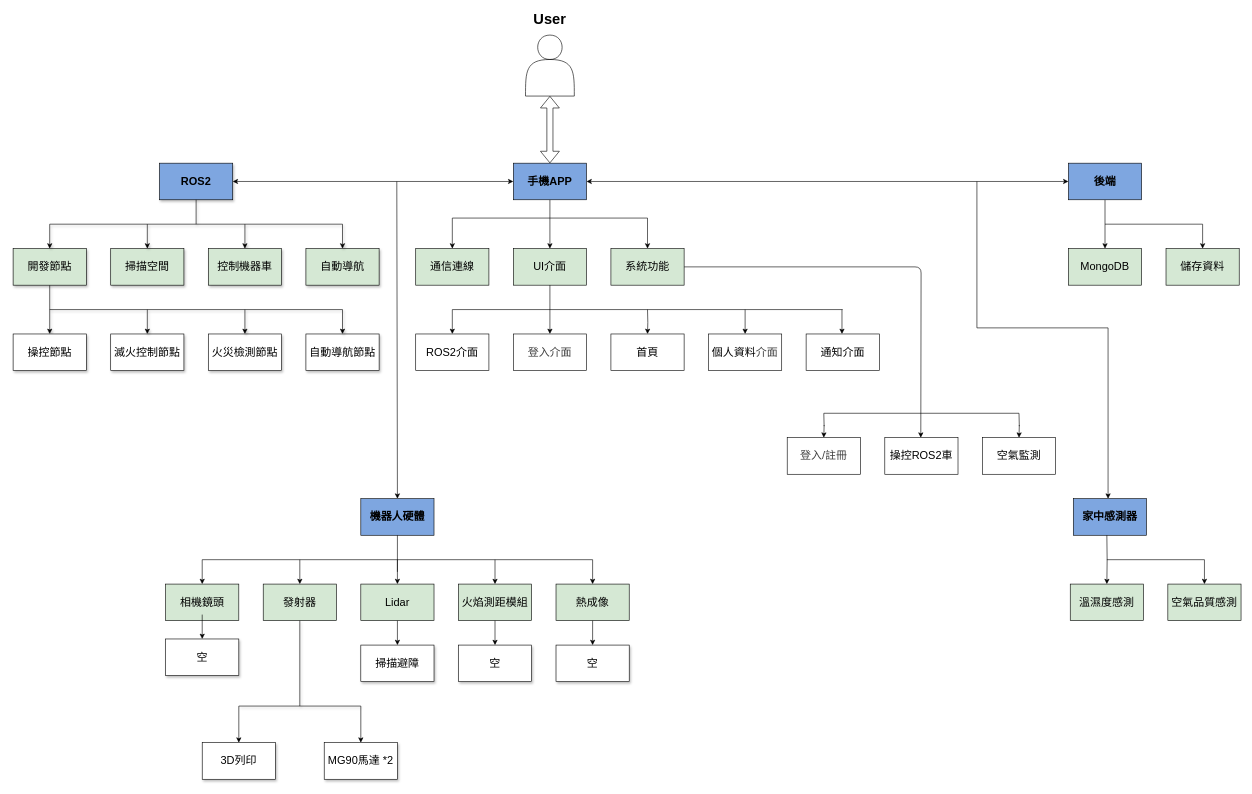
Before: 專題架構圖.drawio in lihong0324/csie_project_ws, a draw.io diagram. Source tidied: cells renumbered, new cells numbered last; positions are measured from the earlier drawing's top-left corner, leaving out a move shared by most shapes. Both pictures are drawn from the tidied source at 61%, with x=0, y=0 at pixel (13, 10).
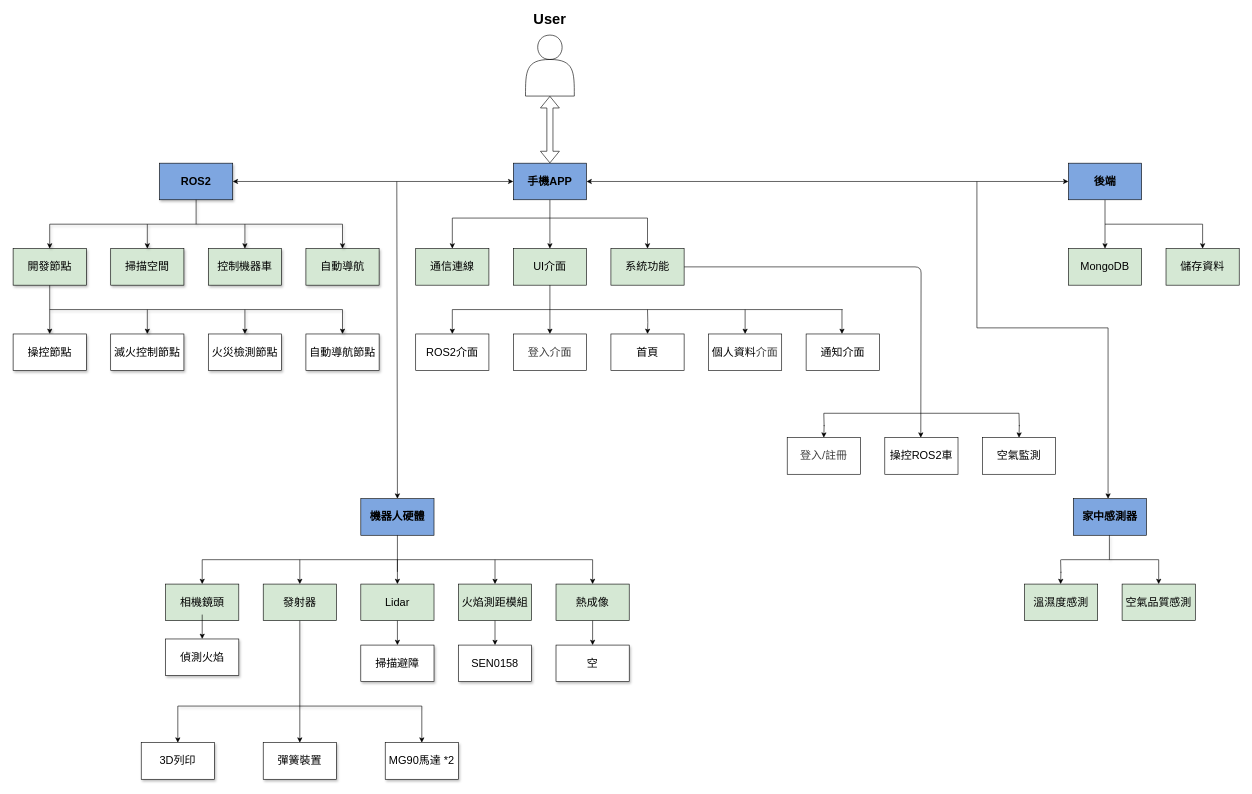
Above is the later version.

What changed in the source:
```diff
@@
-    <mxCell id="65" value="&lt;font style=&quot;font-size: 18px;&quot;&gt;MG90馬達 *2&lt;/font&gt;" style="whiteSpace=wrap;html=1;fillColor=#FFFFFF;rounded=0;shadow=1;" parent="1" vertex="1">
-      <mxGeometry x="510" y="1200" width="120" height="60" as="geometry" />
+    <mxCell id="65" value="&lt;font style=&quot;font-size: 18px;&quot;&gt;彈簧裝置&lt;/font&gt;" style="whiteSpace=wrap;html=1;fillColor=#FFFFFF;rounded=0;shadow=1;" parent="1" vertex="1">
+      <mxGeometry x="410" y="1200" width="120" height="60" as="geometry" />
     </mxCell>
@@
-    <mxCell id="69" style="edgeStyle=orthogonalEdgeStyle;rounded=0;jettySize=auto;html=1;" parent="1" edge="1" target="70">
-      <mxGeometry relative="1" as="geometry">
-        <mxPoint x="1793" y="860" as="sourcePoint" />
-      </mxGeometry>
-    </mxCell>
     <mxCell id="70" value="&lt;font style=&quot;font-size: 18px;&quot;&gt;溫濕度感測&lt;/font&gt;" style="rounded=0;whiteSpace=wrap;html=1;fillColor=light-dark(#D5E8D4,var(--ge-dark-color, #121212));" parent="1" vertex="1">
-      <mxGeometry x="1733" y="940" width="120" height="60" as="geometry" />
+      <mxGeometry x="1658" y="940" width="120" height="60" as="geometry" />
     </mxCell>
     <mxCell id="71" value="&lt;font style=&quot;font-size: 18px;&quot;&gt;空氣品質感測&lt;/font&gt;" style="rounded=0;whiteSpace=wrap;html=1;fillColor=light-dark(#D5E8D4,var(--ge-dark-color, #121212));" parent="1" vertex="1">
-      <mxGeometry x="1893" y="940" width="120" height="60" as="geometry" />
+      <mxGeometry x="1818" y="940" width="120" height="60" as="geometry" />
     </mxCell>
     <mxCell id="72" style="endArrow=classic;html=1;rounded=0;" parent="1" edge="1" target="71">
       <mxGeometry relative="1" as="geometry">
-        <mxPoint x="1793" y="900" as="sourcePoint" />
+        <mxPoint x="1718" y="900" as="sourcePoint" />
         <Array as="points">
-          <mxPoint x="1953" y="900" />
+          <mxPoint x="1878" y="900" />
         </Array>
       </mxGeometry>
     </mxCell>
@@
     <mxCell id="74" value="&lt;span style=&quot;font-size: 18px;&quot;&gt;3D列印&lt;/span&gt;" style="whiteSpace=wrap;html=1;fillColor=#FFFFFF;rounded=0;shadow=1;" parent="1" vertex="1">
-      <mxGeometry x="310" y="1200" width="120" height="60" as="geometry" />
+      <mxGeometry x="210" y="1200" width="120" height="60" as="geometry" />
     </mxCell>
@@
     <mxCell id="76" style="endArrow=none;html=1;rounded=0;shadow=1;" parent="1" edge="1">
       <mxGeometry relative="1" as="geometry">
-        <mxPoint x="370" y="1140" as="sourcePoint" />
-        <mxPoint x="570" y="1140" as="targetPoint" />
+        <mxPoint x="270" y="1140" as="sourcePoint" />
+        <mxPoint x="670" y="1140" as="targetPoint" />
       </mxGeometry>
     </mxCell>
     <mxCell id="77" style="endArrow=classic;html=1;rounded=0;entryX=0.5;entryY=0;entryDx=0;entryDy=0;" parent="1" edge="1" target="74">
       <mxGeometry relative="1" as="geometry">
-        <mxPoint x="370" y="1140" as="sourcePoint" />
+        <mxPoint x="270" y="1140" as="sourcePoint" />
       </mxGeometry>
     </mxCell>
     <mxCell id="78" style="endArrow=classic;html=1;rounded=0;entryX=0.5;entryY=0;entryDx=0;entryDy=0;" parent="1" edge="1" target="65">
       <mxGeometry relative="1" as="geometry">
-        <mxPoint x="570" y="1140" as="sourcePoint" />
+        <mxPoint x="470" y="1140" as="sourcePoint" />
       </mxGeometry>
     </mxCell>
@@
-    <mxCell id="87" value="&lt;font style=&quot;font-size: 18px;&quot;&gt;空&lt;/font&gt;" style="whiteSpace=wrap;html=1;fillColor=#FFFFFF;rounded=0;shadow=1;" parent="1" vertex="1">
+    <mxCell id="87" value="&lt;span style=&quot;font-size: 18px;&quot;&gt;SEN0158&lt;/span&gt;" style="whiteSpace=wrap;html=1;fillColor=#FFFFFF;rounded=0;shadow=1;" parent="1" vertex="1">
       <mxGeometry x="730" y="1040" width="120" height="60" as="geometry" />
     </mxCell>
@@
-    <mxCell id="91" value="&lt;font style=&quot;font-size: 18px;&quot;&gt;空&lt;/font&gt;" style="whiteSpace=wrap;html=1;fillColor=#FFFFFF;rounded=0;shadow=1;" parent="1" vertex="1">
+    <mxCell id="91" value="&lt;span style=&quot;font-size: 18px;&quot;&gt;偵測火焰&lt;/span&gt;" style="whiteSpace=wrap;html=1;fillColor=#FFFFFF;rounded=0;shadow=1;" parent="1" vertex="1">
       <mxGeometry x="250" y="1030" width="120" height="60" as="geometry" />
     </mxCell>
+    <mxCell id="92" value="&lt;font style=&quot;font-size: 18px;&quot;&gt;MG90馬達 *2&lt;/font&gt;" style="whiteSpace=wrap;html=1;fillColor=#FFFFFF;rounded=0;shadow=1;" parent="1" vertex="1">
+      <mxGeometry x="610" y="1200" width="120" height="60" as="geometry" />
+    </mxCell>
+    <mxCell id="93" style="endArrow=classic;html=1;rounded=0;entryX=0.5;entryY=0;entryDx=0;entryDy=0;" parent="1" edge="1" target="92">
+      <mxGeometry relative="1" as="geometry">
+        <mxPoint x="670" y="1140" as="sourcePoint" />
+      </mxGeometry>
+    </mxCell>
+    <mxCell id="94" style="edgeStyle=orthogonalEdgeStyle;rounded=0;orthogonalLoop=1;jettySize=auto;html=1;" parent="1" edge="1">
+      <mxGeometry relative="1" as="geometry">
+        <mxPoint x="1717.2" y="900" as="sourcePoint" />
+        <mxPoint x="1717.2" y="940" as="targetPoint" />
+      </mxGeometry>
+    </mxCell>
+    <mxCell id="95" style="endArrow=none;html=1;rounded=0;shadow=1;" parent="1" edge="1">
+      <mxGeometry relative="1" as="geometry">
+        <mxPoint x="1797.2" y="860" as="sourcePoint" />
+        <mxPoint x="1797.2" y="900" as="targetPoint" />
+      </mxGeometry>
+    </mxCell>
```
